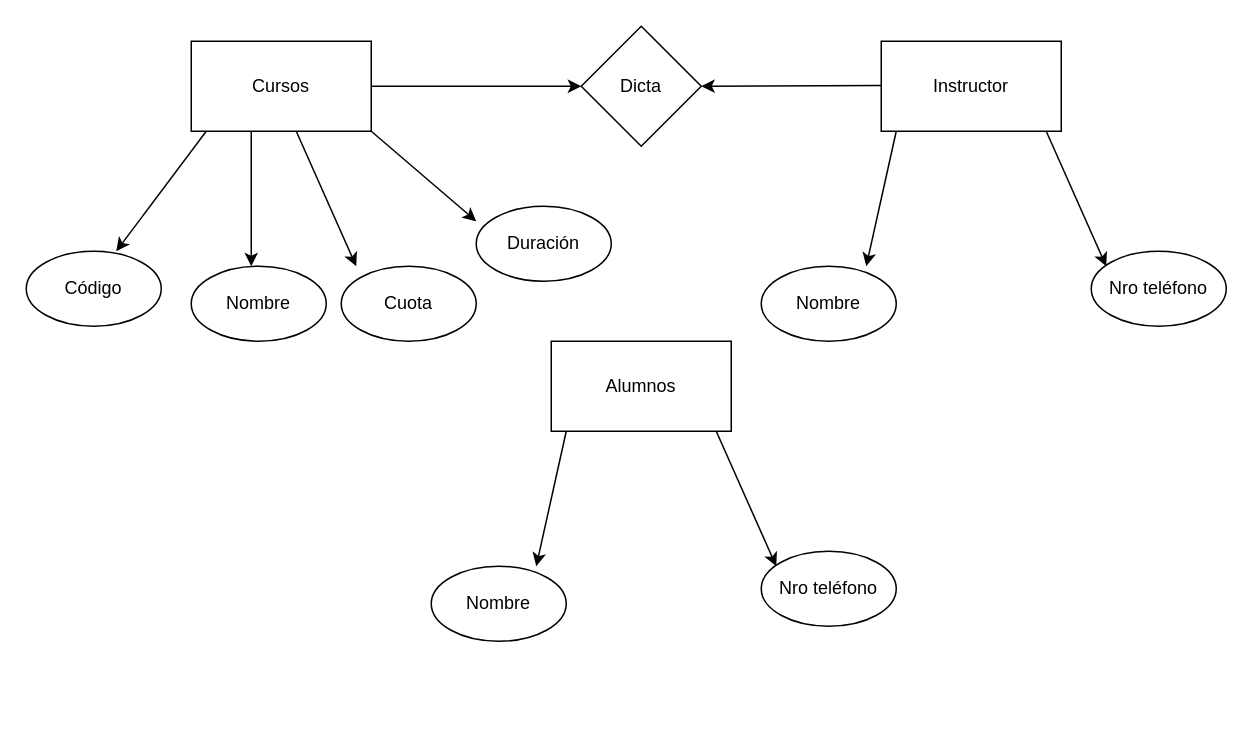
Earlier version of the draw.io diagram Diagrama sin título.drawio (kevinld93/Tienda). Source tidied: cells renumbered, new cells numbered last; positions are measured from the earlier drawing's top-left corner, leaving out a move shared by most shapes. Both pictures are drawn from the tidied source at 150%, with x=0, y=0 at pixel (26, 26).
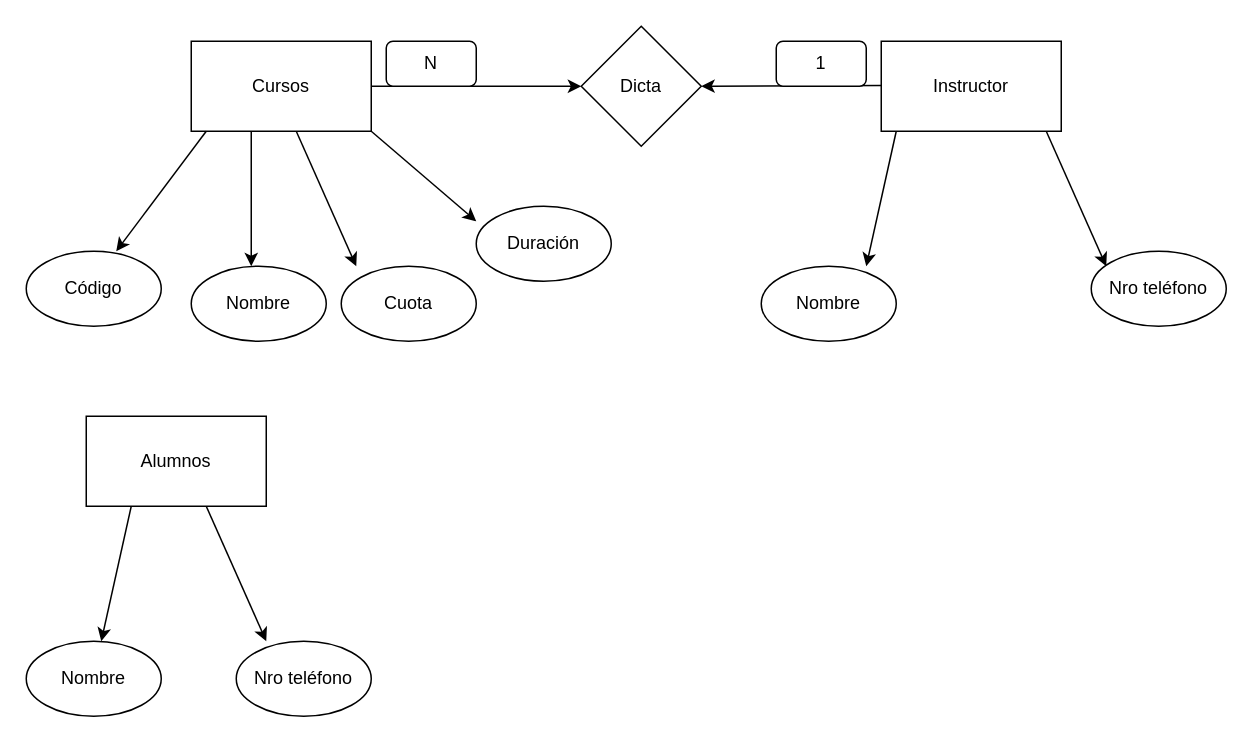
Above is the later version.

Diff of the diagram source:
```diff
@@
     <mxCell id="14" value="Alumnos" style="rounded=0;whiteSpace=wrap;html=1;" parent="1" vertex="1">
-      <mxGeometry x="350" y="210" width="120" height="60" as="geometry" />
+      <mxGeometry x="40" y="260" width="120" height="60" as="geometry" />
     </mxCell>
     <mxCell id="15" style="endArrow=classic;html=1;rounded=0;" parent="1" edge="1">
       <mxGeometry relative="1" as="geometry">
-        <mxPoint x="360" y="270" as="sourcePoint" />
-        <mxPoint x="340" y="360" as="targetPoint" />
+        <mxPoint x="70" y="320" as="sourcePoint" />
+        <mxPoint x="50" y="410" as="targetPoint" />
       </mxGeometry>
     </mxCell>
     <mxCell id="16" style="endArrow=classic;html=1;rounded=0;" parent="1" edge="1">
       <mxGeometry relative="1" as="geometry">
-        <mxPoint x="460" y="270" as="sourcePoint" />
-        <mxPoint x="500" y="360" as="targetPoint" />
+        <mxPoint x="120" y="320" as="sourcePoint" />
+        <mxPoint x="160" y="410" as="targetPoint" />
       </mxGeometry>
     </mxCell>
     <mxCell id="17" value="Nombre" style="ellipse;whiteSpace=wrap;html=1;" parent="1" vertex="1">
-      <mxGeometry x="270" y="360" width="90" height="50" as="geometry" />
+      <mxGeometry y="410" width="90" height="50" as="geometry" />
     </mxCell>
     <mxCell id="18" value="Nro teléfono" style="ellipse;whiteSpace=wrap;html=1;" parent="1" vertex="1">
-      <mxGeometry x="490" y="350" width="90" height="50" as="geometry" />
+      <mxGeometry x="140" y="410" width="90" height="50" as="geometry" />
     </mxCell>
@@
+    <mxCell id="24" value="N" style="rounded=1;whiteSpace=wrap;html=1;" parent="1" vertex="1">
+      <mxGeometry x="240" y="10" width="60" height="30" as="geometry" />
+    </mxCell>
+    <mxCell id="25" value="1" style="rounded=1;whiteSpace=wrap;html=1;" parent="1" vertex="1">
+      <mxGeometry x="500" y="10" width="60" height="30" as="geometry" />
+    </mxCell>
```
